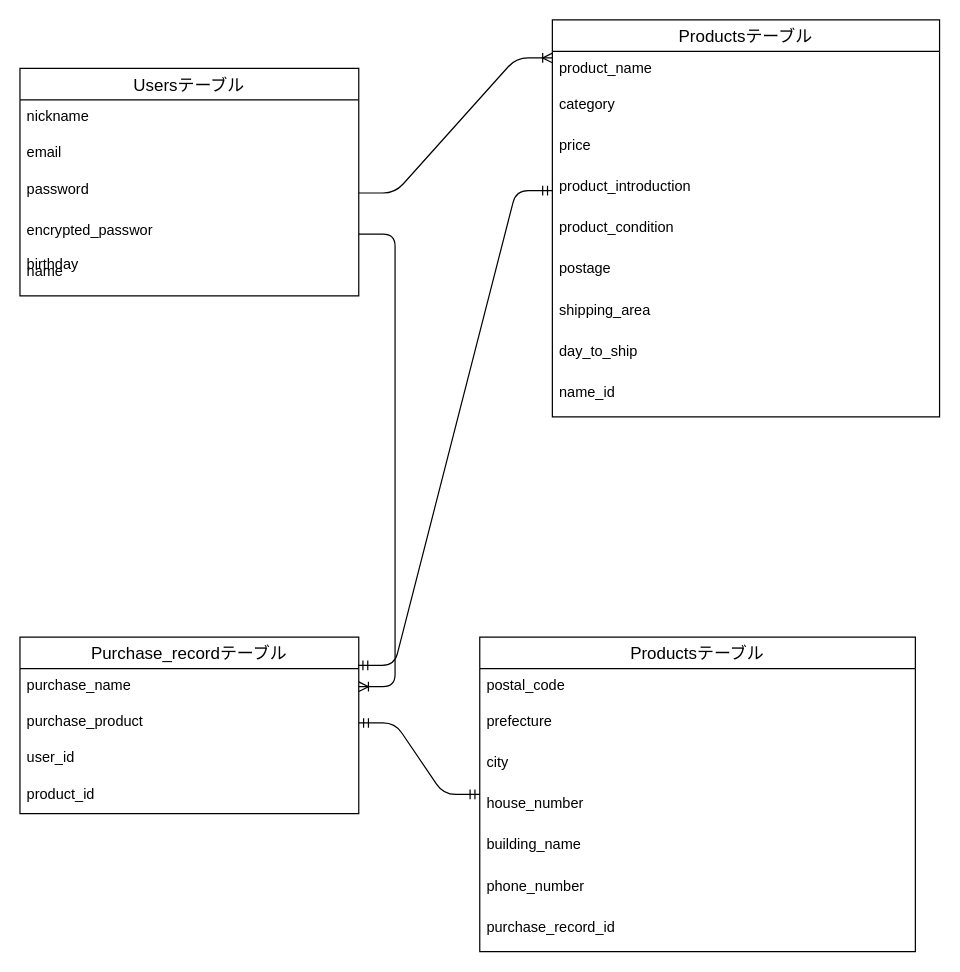
This is furima_datebase.dio from itryse/furima-35590, a draw.io file, before an edit. Source tidied: cells renumbered, new cells numbered last; positions are measured from the earlier drawing's top-left corner, leaving out a move shared by most shapes. Both pictures are drawn from the tidied source at 121%, with x=0, y=0 at pixel (19, 19).
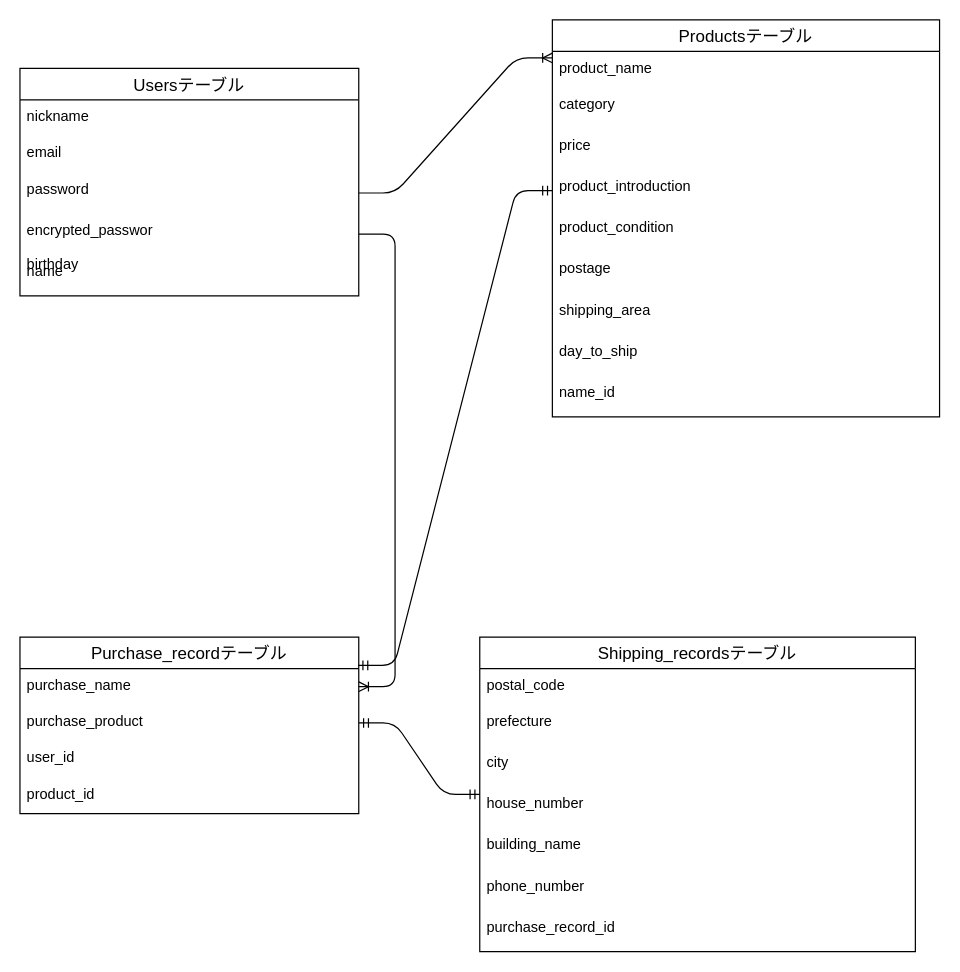
The same diagram, later.

Commit message (it also covers changes not shown here):
【修正】データベース設計（ER図・README作成）

Diff of the diagram source:
```diff
@@
-    <mxCell id="23" value="Productsテーブル" style="swimlane;fontStyle=0;horizontal=1;startSize=26;align=center;fontSize=14;" parent="1" vertex="1">
+    <mxCell id="23" value="Shipping_recordsテーブル" style="swimlane;fontStyle=0;horizontal=1;startSize=26;align=center;fontSize=14;" parent="1" vertex="1">
       <mxGeometry x="380" y="510" width="360" height="260" as="geometry" />
     </mxCell>
```
